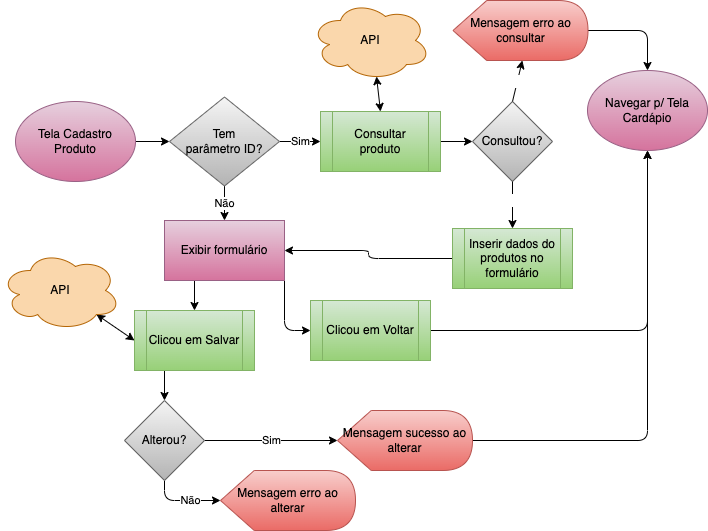
ICEI-PUC-Minas-PMV-ADS/1999-burguer keeps this draw.io diagram as docs/fluxo-tela-gestor/cadastro-produto.png. Above is the earlier version. Source tidied: cells renumbered, new cells last; positions are measured from the earlier drawing's top-left corner, leaving out a move shared by most shapes.
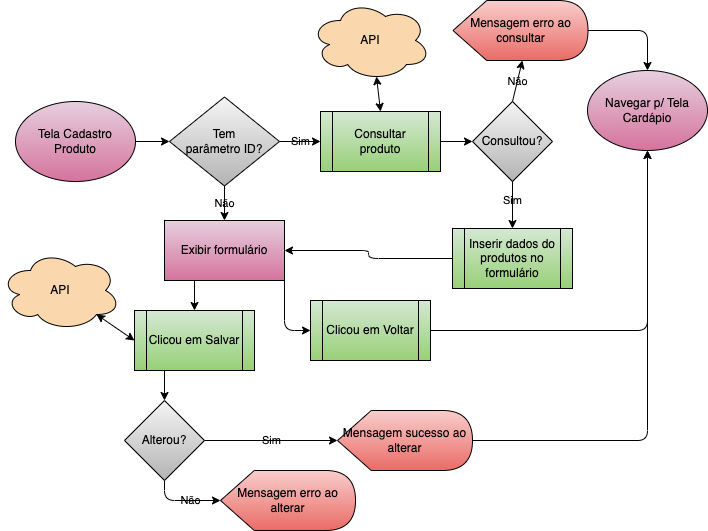
The same diagram one commit later.

The edit, as a diff of the source:
```diff
@@ -1,101 +1,101 @@
-<mxGraphModel>
+<mxGraphModel background="#ffffff">
   <root>
     <mxCell id="0" />
     <mxCell id="1" parent="0" />
-    <mxCell id="2" style="edgeStyle=none;html=1;exitX=1;exitY=0.5;exitDx=0;exitDy=0;entryX=0;entryY=0.5;entryDx=0;entryDy=0;" parent="1" edge="1" source="3" target="10">
+    <mxCell id="2" style="edgeStyle=none;html=1;exitX=1;exitY=0.5;exitDx=0;exitDy=0;entryX=0;entryY=0.5;entryDx=0;entryDy=0;strokeColor=#000000;" parent="1" edge="1" source="3" target="10">
       <mxGeometry relative="1" as="geometry" />
     </mxCell>
-    <mxCell id="3" value="Tela Cadastro Produto" style="ellipse;whiteSpace=wrap;html=1;fillColor=#e6d0de;strokeColor=#996185;fontStyle=0;gradientColor=#d5739d;fontColor=#000000;" parent="1" vertex="1">
+    <mxCell id="3" value="Tela Cadastro Produto" style="ellipse;whiteSpace=wrap;html=1;fillColor=#e6d0de;strokeColor=#000000;fontStyle=0;gradientColor=#d5739d;fontColor=#000000;" parent="1" vertex="1">
       <mxGeometry x="15" y="101" width="120" height="80" as="geometry" />
     </mxCell>
-    <mxCell id="4" style="edgeStyle=none;html=1;exitX=1;exitY=0.5;exitDx=0;exitDy=0;entryX=0;entryY=0.5;entryDx=0;entryDy=0;" parent="1" edge="1" source="5" target="14">
+    <mxCell id="4" style="edgeStyle=none;html=1;exitX=1;exitY=0.5;exitDx=0;exitDy=0;entryX=0;entryY=0.5;entryDx=0;entryDy=0;strokeColor=#000000;" parent="1" edge="1" source="5" target="14">
       <mxGeometry relative="1" as="geometry" />
     </mxCell>
-    <mxCell id="5" value="Consultar produto" style="shape=process;whiteSpace=wrap;html=1;backgroundOutline=1;fillColor=#d5e8d4;gradientColor=#97d077;strokeColor=#82b366;fontColor=#000000;" parent="1" vertex="1">
+    <mxCell id="5" value="Consultar produto" style="shape=process;whiteSpace=wrap;html=1;backgroundOutline=1;fillColor=#d5e8d4;gradientColor=#97d077;strokeColor=#000000;fontColor=#000000;" parent="1" vertex="1">
       <mxGeometry x="320" y="111" width="120" height="60" as="geometry" />
     </mxCell>
-    <mxCell id="6" style="edgeStyle=none;html=1;exitX=0.55;exitY=0.95;exitDx=0;exitDy=0;exitPerimeter=0;entryX=0.5;entryY=0;entryDx=0;entryDy=0;startArrow=classic;startFill=1;" parent="1" edge="1" source="7" target="5">
+    <mxCell id="6" style="edgeStyle=none;html=1;exitX=0.55;exitY=0.95;exitDx=0;exitDy=0;exitPerimeter=0;entryX=0.5;entryY=0;entryDx=0;entryDy=0;startArrow=classic;startFill=1;strokeColor=#000000;" parent="1" edge="1" source="7" target="5">
       <mxGeometry relative="1" as="geometry" />
     </mxCell>
-    <mxCell id="7" value="API" style="ellipse;shape=cloud;whiteSpace=wrap;html=1;fillColor=#fad7ac;strokeColor=#b46504;fontColor=#000000;" parent="1" vertex="1">
+    <mxCell id="7" value="API" style="ellipse;shape=cloud;whiteSpace=wrap;html=1;fillColor=#fad7ac;strokeColor=#000000;fontColor=#000000;" parent="1" vertex="1">
       <mxGeometry x="310" width="120" height="80" as="geometry" />
     </mxCell>
-    <mxCell id="8" value="Sim" style="edgeStyle=none;html=1;exitX=1;exitY=0.5;exitDx=0;exitDy=0;entryX=0;entryY=0.5;entryDx=0;entryDy=0;" parent="1" edge="1" source="10" target="5">
+    <mxCell id="8" value="Sim" style="edgeStyle=none;html=1;exitX=1;exitY=0.5;exitDx=0;exitDy=0;entryX=0;entryY=0.5;entryDx=0;entryDy=0;strokeColor=#000000;labelBackgroundColor=none;fontColor=#000000;" parent="1" edge="1" source="10" target="5">
       <mxGeometry relative="1" as="geometry" />
     </mxCell>
-    <mxCell id="9" value="Não" style="edgeStyle=none;html=1;exitX=0.5;exitY=1;exitDx=0;exitDy=0;entryX=0.5;entryY=0;entryDx=0;entryDy=0;" parent="1" edge="1" source="10" target="13">
+    <mxCell id="9" value="Não" style="edgeStyle=none;html=1;exitX=0.5;exitY=1;exitDx=0;exitDy=0;entryX=0.5;entryY=0;entryDx=0;entryDy=0;strokeColor=#000000;labelBackgroundColor=none;fontColor=#000000;" parent="1" edge="1" source="10" target="13">
       <mxGeometry relative="1" as="geometry" />
     </mxCell>
-    <mxCell id="10" value="Tem&lt;br&gt;parâmetro ID?" style="rhombus;whiteSpace=wrap;html=1;fillColor=#f5f5f5;gradientColor=#b3b3b3;strokeColor=#666666;fontColor=#000000;" parent="1" vertex="1">
+    <mxCell id="10" value="Tem&lt;br&gt;parâmetro ID?" style="rhombus;whiteSpace=wrap;html=1;fillColor=#f5f5f5;gradientColor=#b3b3b3;strokeColor=#000000;fontColor=#000000;" parent="1" vertex="1">
       <mxGeometry x="169" y="96.5" width="110" height="89" as="geometry" />
     </mxCell>
-    <mxCell id="11" style="edgeStyle=orthogonalEdgeStyle;html=1;exitX=1;exitY=1;exitDx=0;exitDy=0;entryX=0;entryY=0.5;entryDx=0;entryDy=0;" parent="1" edge="1" source="13" target="23">
+    <mxCell id="11" style="edgeStyle=orthogonalEdgeStyle;html=1;exitX=1;exitY=1;exitDx=0;exitDy=0;entryX=0;entryY=0.5;entryDx=0;entryDy=0;strokeColor=#000000;" parent="1" edge="1" source="13" target="23">
       <mxGeometry relative="1" as="geometry" />
     </mxCell>
-    <mxCell id="12" style="edgeStyle=orthogonalEdgeStyle;html=1;exitX=0.25;exitY=1;exitDx=0;exitDy=0;" parent="1" edge="1" source="13" target="26">
+    <mxCell id="12" style="edgeStyle=orthogonalEdgeStyle;html=1;exitX=0.25;exitY=1;exitDx=0;exitDy=0;strokeColor=#000000;" parent="1" edge="1" source="13" target="26">
       <mxGeometry relative="1" as="geometry" />
     </mxCell>
-    <mxCell id="13" value="Exibir formulário" style="whiteSpace=wrap;html=1;fillColor=#e6d0de;strokeColor=#996185;fontColor=#000000;fontStyle=0;gradientColor=#d5739d;" parent="1" vertex="1">
+    <mxCell id="13" value="Exibir formulário" style="whiteSpace=wrap;html=1;fillColor=#e6d0de;strokeColor=#000000;fontColor=#000000;fontStyle=0;gradientColor=#d5739d;" parent="1" vertex="1">
       <mxGeometry x="164" y="220" width="120" height="60" as="geometry" />
     </mxCell>
-    <mxCell id="14" value="Consultou?" style="rhombus;whiteSpace=wrap;html=1;fillColor=#f5f5f5;gradientColor=#b3b3b3;strokeColor=#666666;fontColor=#000000;" parent="1" vertex="1">
+    <mxCell id="14" value="Consultou?" style="rhombus;whiteSpace=wrap;html=1;fillColor=#f5f5f5;gradientColor=#b3b3b3;strokeColor=#000000;fontColor=#000000;" parent="1" vertex="1">
       <mxGeometry x="472" y="101" width="80" height="80" as="geometry" />
     </mxCell>
-    <mxCell id="15" style="edgeStyle=orthogonalEdgeStyle;html=1;exitX=1;exitY=0.5;exitDx=0;exitDy=0;exitPerimeter=0;entryX=0.5;entryY=0;entryDx=0;entryDy=0;" parent="1" edge="1" source="16" target="19">
+    <mxCell id="15" style="edgeStyle=orthogonalEdgeStyle;html=1;exitX=1;exitY=0.5;exitDx=0;exitDy=0;exitPerimeter=0;entryX=0.5;entryY=0;entryDx=0;entryDy=0;strokeColor=#000000;" parent="1" edge="1" source="16" target="19">
       <mxGeometry relative="1" as="geometry" />
     </mxCell>
-    <mxCell id="16" value="Mensagem erro ao consultar" style="shape=display;whiteSpace=wrap;html=1;fillColor=#f8cecc;gradientColor=#ea6b66;strokeColor=#b85450;fontColor=#000000;" parent="1" vertex="1">
+    <mxCell id="16" value="Mensagem erro ao consultar" style="shape=display;whiteSpace=wrap;html=1;fillColor=#f8cecc;gradientColor=#ea6b66;strokeColor=#000000;fontColor=#000000;" parent="1" vertex="1">
       <mxGeometry x="452.5" width="135" height="60" as="geometry" />
     </mxCell>
-    <mxCell id="17" value="Não" style="edgeStyle=none;html=1;fontColor=#FFFFFF;entryX=0;entryY=0;entryDx=69.375;entryDy=60;entryPerimeter=0;exitX=0.5;exitY=0;exitDx=0;exitDy=0;" parent="1" edge="1" source="14" target="16">
+    <mxCell id="17" value="Não" style="edgeStyle=none;html=1;fontColor=#000000;entryX=0;entryY=0;entryDx=69.375;entryDy=60;entryPerimeter=0;exitX=0.5;exitY=0;exitDx=0;exitDy=0;strokeColor=#000000;labelBackgroundColor=none;" parent="1" edge="1" source="14" target="16">
       <mxGeometry relative="1" as="geometry" />
     </mxCell>
-    <mxCell id="18" value="Sim" style="edgeStyle=orthogonalEdgeStyle;html=1;exitX=0.5;exitY=1;exitDx=0;exitDy=0;fontColor=#FFFFFF;entryX=0.5;entryY=0;entryDx=0;entryDy=0;" parent="1" edge="1" source="14" target="21">
+    <mxCell id="18" value="Sim" style="edgeStyle=orthogonalEdgeStyle;html=1;exitX=0.5;exitY=1;exitDx=0;exitDy=0;fontColor=#000000;entryX=0.5;entryY=0;entryDx=0;entryDy=0;strokeColor=#000000;labelBackgroundColor=none;" parent="1" edge="1" source="14" target="21">
       <mxGeometry x="-0.2" relative="1" as="geometry" />
     </mxCell>
-    <mxCell id="19" value="Navegar p/ Tela&lt;br&gt;Cardápio" style="ellipse;whiteSpace=wrap;html=1;fillColor=#e6d0de;strokeColor=#996185;fontStyle=0;gradientColor=#d5739d;fontColor=#000000;" parent="1" vertex="1">
+    <mxCell id="19" value="Navegar p/ Tela&lt;br&gt;Cardápio" style="ellipse;whiteSpace=wrap;html=1;fillColor=#e6d0de;strokeColor=#000000;fontStyle=0;gradientColor=#d5739d;fontColor=#000000;" parent="1" vertex="1">
       <mxGeometry x="587" y="70" width="120" height="80" as="geometry" />
     </mxCell>
-    <mxCell id="20" style="edgeStyle=orthogonalEdgeStyle;html=1;entryX=1;entryY=0.5;entryDx=0;entryDy=0;" parent="1" edge="1" source="21" target="13">
+    <mxCell id="20" style="edgeStyle=orthogonalEdgeStyle;html=1;entryX=1;entryY=0.5;entryDx=0;entryDy=0;strokeColor=#000000;" parent="1" edge="1" source="21" target="13">
       <mxGeometry relative="1" as="geometry" />
     </mxCell>
-    <mxCell id="21" value="Inserir dados do produtos no formulário" style="shape=process;whiteSpace=wrap;html=1;backgroundOutline=1;fillColor=#d5e8d4;gradientColor=#97d077;strokeColor=#82b366;fontColor=#000000;" parent="1" vertex="1">
+    <mxCell id="21" value="Inserir dados do produtos no formulário" style="shape=process;whiteSpace=wrap;html=1;backgroundOutline=1;fillColor=#d5e8d4;gradientColor=#97d077;strokeColor=#000000;fontColor=#000000;" parent="1" vertex="1">
       <mxGeometry x="452" y="228" width="120" height="60" as="geometry" />
     </mxCell>
-    <mxCell id="22" style="edgeStyle=orthogonalEdgeStyle;html=1;exitX=1;exitY=0.5;exitDx=0;exitDy=0;entryX=0.5;entryY=1;entryDx=0;entryDy=0;" parent="1" edge="1" source="23" target="19">
+    <mxCell id="22" style="edgeStyle=orthogonalEdgeStyle;html=1;exitX=1;exitY=0.5;exitDx=0;exitDy=0;entryX=0.5;entryY=1;entryDx=0;entryDy=0;strokeColor=#000000;" parent="1" edge="1" source="23" target="19">
       <mxGeometry relative="1" as="geometry" />
     </mxCell>
-    <mxCell id="23" value="Clicou em Voltar" style="shape=process;whiteSpace=wrap;html=1;backgroundOutline=1;fillColor=#d5e8d4;gradientColor=#97d077;strokeColor=#82b366;fontColor=#000000;" parent="1" vertex="1">
+    <mxCell id="23" value="Clicou em Voltar" style="shape=process;whiteSpace=wrap;html=1;backgroundOutline=1;fillColor=#d5e8d4;gradientColor=#97d077;strokeColor=#000000;fontColor=#000000;" parent="1" vertex="1">
       <mxGeometry x="310" y="300" width="120" height="60" as="geometry" />
     </mxCell>
-    <mxCell id="24" style="html=1;exitX=0;exitY=0.5;exitDx=0;exitDy=0;entryX=0.8;entryY=0.8;entryDx=0;entryDy=0;entryPerimeter=0;startArrow=classic;startFill=1;" parent="1" edge="1" source="26" target="31">
+    <mxCell id="24" style="html=1;exitX=0;exitY=0.5;exitDx=0;exitDy=0;entryX=0.8;entryY=0.8;entryDx=0;entryDy=0;entryPerimeter=0;startArrow=classic;startFill=1;strokeColor=#000000;" parent="1" edge="1" source="26" target="31">
       <mxGeometry relative="1" as="geometry" />
     </mxCell>
-    <mxCell id="25" style="edgeStyle=none;html=1;exitX=0.25;exitY=1;exitDx=0;exitDy=0;entryX=0.5;entryY=0;entryDx=0;entryDy=0;startArrow=none;startFill=0;" parent="1" edge="1" source="26" target="30">
+    <mxCell id="25" style="edgeStyle=none;html=1;exitX=0.25;exitY=1;exitDx=0;exitDy=0;entryX=0.5;entryY=0;entryDx=0;entryDy=0;startArrow=none;startFill=0;strokeColor=#000000;" parent="1" edge="1" source="26" target="30">
       <mxGeometry relative="1" as="geometry" />
     </mxCell>
-    <mxCell id="26" value="Clicou em Salvar" style="shape=process;whiteSpace=wrap;html=1;backgroundOutline=1;fillColor=#d5e8d4;gradientColor=#97d077;strokeColor=#82b366;fontColor=#000000;" parent="1" vertex="1">
+    <mxCell id="26" value="Clicou em Salvar" style="shape=process;whiteSpace=wrap;html=1;backgroundOutline=1;fillColor=#d5e8d4;gradientColor=#97d077;strokeColor=#000000;fontColor=#000000;" parent="1" vertex="1">
       <mxGeometry x="134" y="310" width="120" height="60" as="geometry" />
     </mxCell>
-    <mxCell id="27" style="edgeStyle=orthogonalEdgeStyle;html=1;entryX=0.5;entryY=1;entryDx=0;entryDy=0;startArrow=none;startFill=0;exitX=1;exitY=0.5;exitDx=0;exitDy=0;exitPerimeter=0;" parent="1" edge="1" source="32" target="19">
+    <mxCell id="27" style="edgeStyle=orthogonalEdgeStyle;html=1;entryX=0.5;entryY=1;entryDx=0;entryDy=0;startArrow=none;startFill=0;exitX=1;exitY=0.5;exitDx=0;exitDy=0;exitPerimeter=0;strokeColor=#000000;" parent="1" edge="1" source="32" target="19">
       <mxGeometry x="-0.9" relative="1" as="geometry" />
     </mxCell>
-    <mxCell id="28" value="Sim" style="edgeStyle=orthogonalEdgeStyle;html=1;exitX=1;exitY=0.5;exitDx=0;exitDy=0;entryX=0;entryY=0.5;entryDx=0;entryDy=0;entryPerimeter=0;startArrow=none;startFill=0;" parent="1" edge="1" source="30" target="32">
+    <mxCell id="28" value="Sim" style="edgeStyle=orthogonalEdgeStyle;html=1;exitX=1;exitY=0.5;exitDx=0;exitDy=0;entryX=0;entryY=0.5;entryDx=0;entryDy=0;entryPerimeter=0;startArrow=none;startFill=0;strokeColor=#000000;labelBackgroundColor=none;fontColor=#000000;" parent="1" edge="1" source="30" target="32">
       <mxGeometry relative="1" as="geometry" />
     </mxCell>
-    <mxCell id="29" value="Não" style="edgeStyle=orthogonalEdgeStyle;html=1;exitX=0.5;exitY=1;exitDx=0;exitDy=0;entryX=0;entryY=0.5;entryDx=0;entryDy=0;entryPerimeter=0;startArrow=none;startFill=0;" parent="1" edge="1" source="30" target="33">
+    <mxCell id="29" value="Não" style="edgeStyle=orthogonalEdgeStyle;html=1;exitX=0.5;exitY=1;exitDx=0;exitDy=0;entryX=0;entryY=0.5;entryDx=0;entryDy=0;entryPerimeter=0;startArrow=none;startFill=0;strokeColor=#000000;labelBackgroundColor=none;fontColor=#000000;" parent="1" edge="1" source="30" target="33">
       <mxGeometry x="0.21" relative="1" as="geometry" />
     </mxCell>
-    <mxCell id="30" value="Alterou?" style="rhombus;whiteSpace=wrap;html=1;fillColor=#f5f5f5;gradientColor=#b3b3b3;strokeColor=#666666;fontColor=#000000;" parent="1" vertex="1">
+    <mxCell id="30" value="Alterou?" style="rhombus;whiteSpace=wrap;html=1;fillColor=#f5f5f5;gradientColor=#b3b3b3;strokeColor=#000000;fontColor=#000000;" parent="1" vertex="1">
       <mxGeometry x="124" y="400" width="80" height="80" as="geometry" />
     </mxCell>
-    <mxCell id="31" value="API" style="ellipse;shape=cloud;whiteSpace=wrap;html=1;fillColor=#fad7ac;strokeColor=#b46504;fontColor=#000000;" parent="1" vertex="1">
+    <mxCell id="31" value="API" style="ellipse;shape=cloud;whiteSpace=wrap;html=1;fillColor=#fad7ac;strokeColor=#000000;fontColor=#000000;" parent="1" vertex="1">
       <mxGeometry y="250" width="120" height="80" as="geometry" />
     </mxCell>
-    <mxCell id="32" value="Mensagem sucesso ao alterar" style="shape=display;whiteSpace=wrap;html=1;fillColor=#f8cecc;gradientColor=#ea6b66;strokeColor=#b85450;fontColor=#000000;" parent="1" vertex="1">
+    <mxCell id="32" value="Mensagem sucesso ao alterar" style="shape=display;whiteSpace=wrap;html=1;fillColor=#f8cecc;gradientColor=#ea6b66;strokeColor=#000000;fontColor=#000000;" parent="1" vertex="1">
       <mxGeometry x="337" y="410" width="135" height="60" as="geometry" />
     </mxCell>
-    <mxCell id="33" value="Mensagem erro ao alterar" style="shape=display;whiteSpace=wrap;html=1;fillColor=#f8cecc;gradientColor=#ea6b66;strokeColor=#b85450;fontColor=#000000;" parent="1" vertex="1">
+    <mxCell id="33" value="Mensagem erro ao alterar" style="shape=display;whiteSpace=wrap;html=1;fillColor=#f8cecc;gradientColor=#ea6b66;strokeColor=#000000;fontColor=#000000;" parent="1" vertex="1">
       <mxGeometry x="220" y="470" width="135" height="60" as="geometry" />
     </mxCell>
   </root>
```
